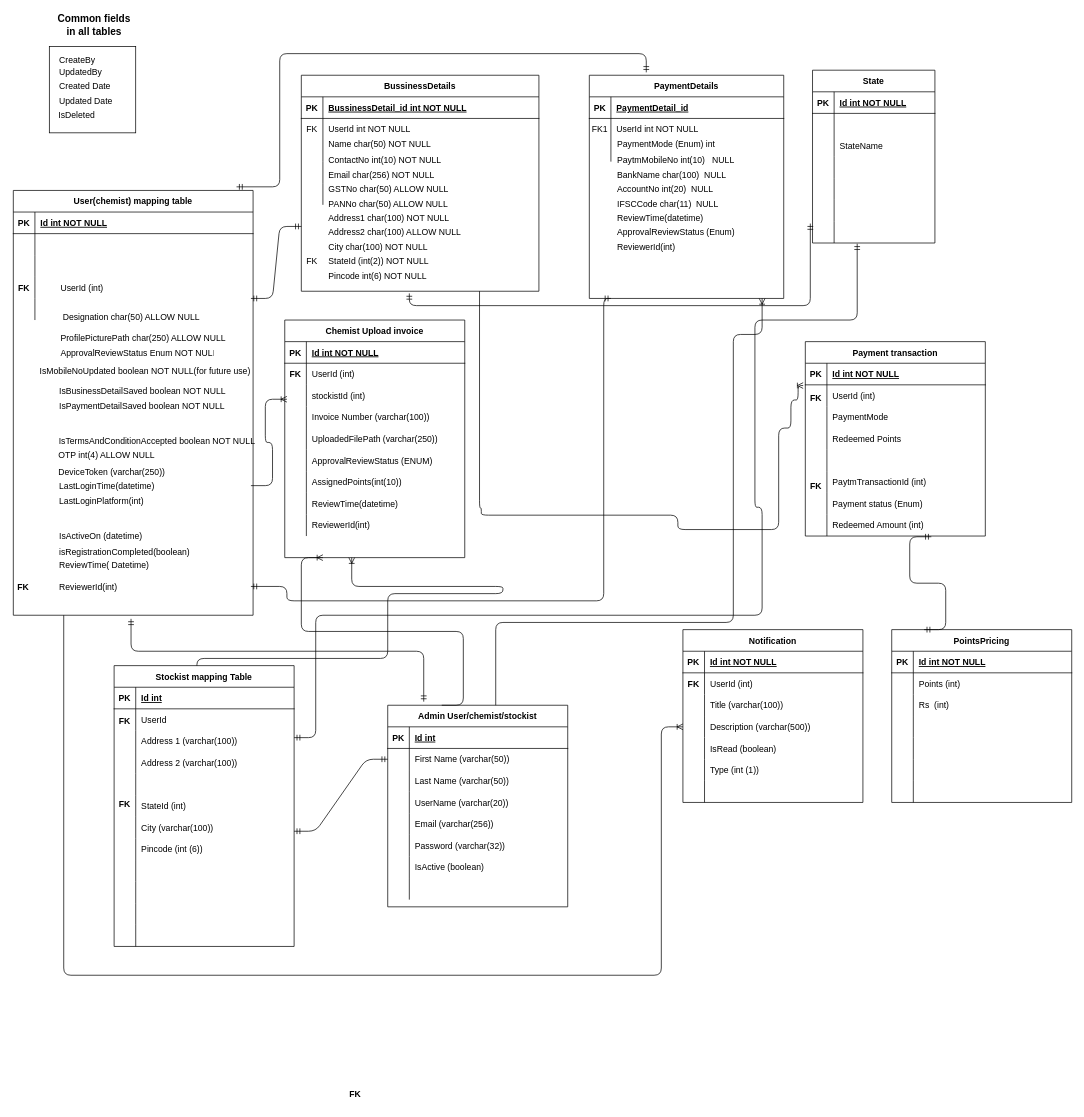
Above: ProfitorERD.drawio in NirikshaSoni/TestProject (draw.io), before the change. Source tidied: cells renumbered, new cells numbered last; positions are measured from the earlier drawing's top-left corner, leaving out a move shared by most shapes. Both pictures are drawn from the tidied source at 72%, with x=0, y=0 at pixel (12, 17).
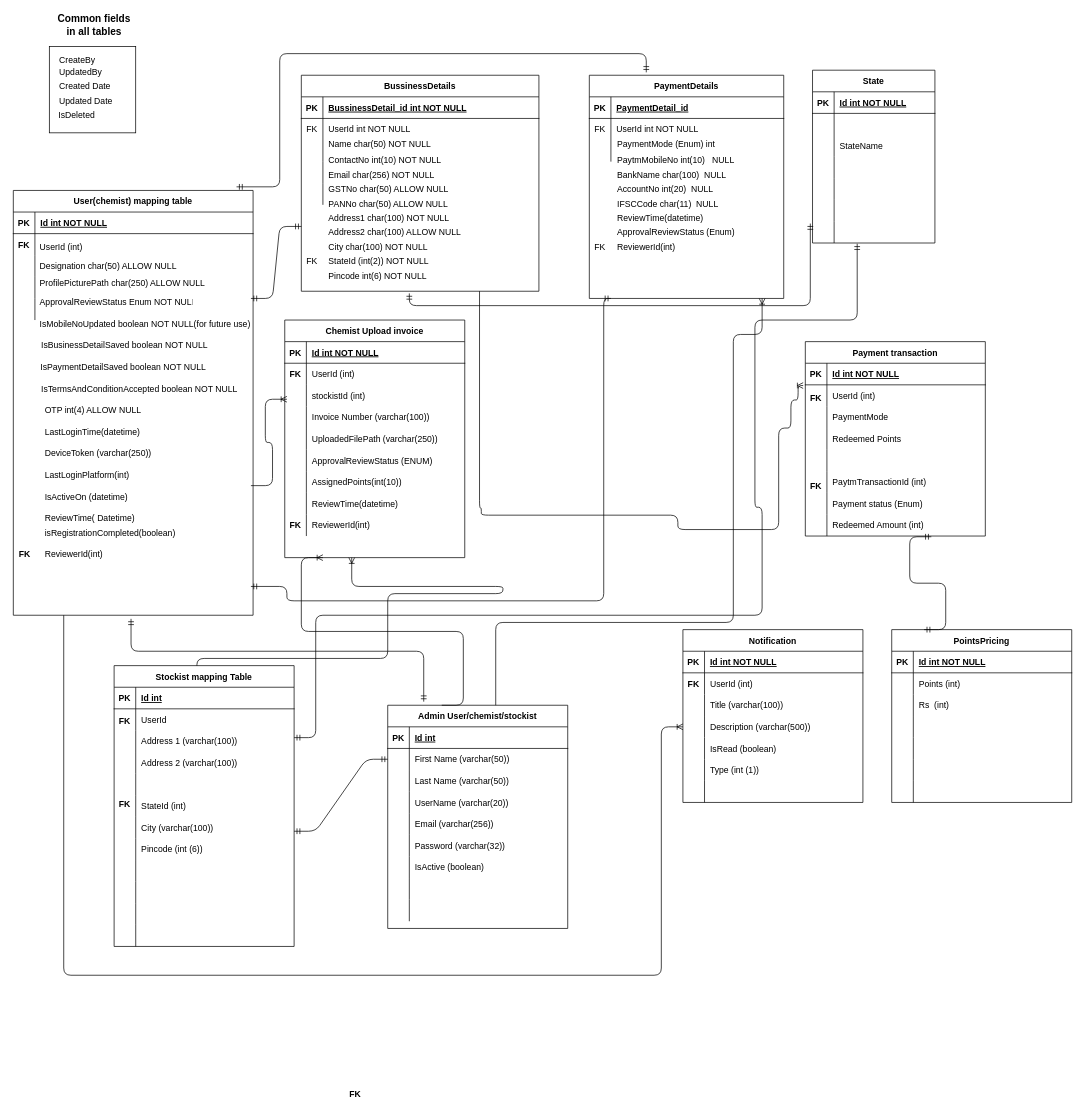
The same page after the edit.

The change refers to these unchanged cells:
```xml
<mxCell id="180" style="shape=partialRectangle;fillColor=none;top=0;left=0;right=0;bottom=0;" parent="176" vertex="1">
  <mxGeometry y="60" width="270" height="30" as="geometry" />
</mxCell>
```

What changed in the source:
```diff
@@
     <mxCell id="3" value="Admin User/chemist/stockist" style="shape=table;startSize=30;childLayout=tableLayout;rowLines=0;fontStyle=1;align=center;" parent="1" vertex="1">
-      <mxGeometry x="521" y="955" width="250" height="280" as="geometry" />
+      <mxGeometry x="521" y="955" width="250" height="310" as="geometry" />
     </mxCell>
@@
+    <mxCell id="290" style="shape=partialRectangle;fillColor=none;top=0;left=0;right=0;bottom=0;" parent="3" vertex="1">
+      <mxGeometry y="240" width="250" height="30" as="geometry" />
+    </mxCell>
+    <mxCell id="291" style="shape=partialRectangle;overflow=hidden;fillColor=none;top=0;left=0;bottom=0;right=0;" parent="290" vertex="1">
+      <mxGeometry width="30" height="30" as="geometry" />
+    </mxCell>
+    <mxCell id="292" style="shape=partialRectangle;overflow=hidden;fillColor=none;top=0;left=0;bottom=0;right=0;align=left;spacingLeft=6;" parent="290" vertex="1">
+      <mxGeometry x="30" width="220" height="30" as="geometry" />
+    </mxCell>
     <mxCell id="25" style="shape=partialRectangle;fillColor=none;top=0;left=0;right=0;bottom=0;" parent="3" vertex="1">
-      <mxGeometry y="240" width="250" height="30" as="geometry" />
+      <mxGeometry y="270" width="250" height="30" as="geometry" />
     </mxCell>
@@
     <mxCell id="142" value="Designation char(50) ALLOW NULL" style="shape=partialRectangle;overflow=hidden;fillColor=none;top=0;left=0;bottom=0;right=0;align=left;spacingLeft=6;" parent="1" vertex="1">
-      <mxGeometry x="62" y="400" width="220" height="30" as="geometry" />
+      <mxGeometry x="30" y="330" width="220" height="30" as="geometry" />
     </mxCell>
     <mxCell id="143" value="IsMobileNoUpdated boolean NOT NULL(for future use)" style="shape=partialRectangle;overflow=hidden;fillColor=none;top=0;left=0;bottom=0;right=0;align=left;spacingLeft=6;" parent="1" vertex="1">
-      <mxGeometry x="30" y="476" width="301" height="30" as="geometry" />
+      <mxGeometry x="30" y="410" width="301" height="30" as="geometry" />
     </mxCell>
     <mxCell id="144" value="IsBusinessDetailSaved boolean NOT NULL" style="shape=partialRectangle;overflow=hidden;fillColor=none;top=0;left=0;bottom=0;right=0;align=left;spacingLeft=6;" parent="1" vertex="1">
-      <mxGeometry x="57" y="503" width="248" height="30" as="geometry" />
+      <mxGeometry x="32" y="440" width="248" height="30" as="geometry" />
     </mxCell>
     <mxCell id="145" value="IsPaymentDetailSaved boolean NOT NULL" style="shape=partialRectangle;overflow=hidden;fillColor=none;top=0;left=0;bottom=0;right=0;align=left;spacingLeft=6;" parent="1" vertex="1">
-      <mxGeometry x="57" y="524" width="248" height="30" as="geometry" />
+      <mxGeometry x="31" y="470" width="248" height="30" as="geometry" />
     </mxCell>
     <mxCell id="146" value="IsTermsAndConditionAccepted boolean NOT NULL" style="shape=partialRectangle;overflow=hidden;fillColor=none;top=0;left=0;bottom=0;right=0;align=left;spacingLeft=6;" parent="1" vertex="1">
-      <mxGeometry x="56.5" y="572" width="287" height="30" as="geometry" />
+      <mxGeometry x="32" y="500" width="287" height="30" as="geometry" />
     </mxCell>
     <mxCell id="147" value="ProfilePicturePath char(250) ALLOW NULL" style="shape=partialRectangle;overflow=hidden;fillColor=none;top=0;left=0;bottom=0;right=0;align=left;spacingLeft=6;" parent="1" vertex="1">
-      <mxGeometry x="59" y="430" width="248" height="30" as="geometry" />
+      <mxGeometry x="30" y="353" width="248" height="30" as="geometry" />
     </mxCell>
     <mxCell id="148" value="OTP int(4) ALLOW NULL" style="shape=partialRectangle;overflow=hidden;fillColor=none;top=0;left=0;bottom=0;right=0;align=left;spacingLeft=6;" parent="1" vertex="1">
-      <mxGeometry x="56" y="592" width="287" height="30" as="geometry" />
+      <mxGeometry x="37" y="530" width="287" height="30" as="geometry" />
     </mxCell>
     <mxCell id="149" value="ApprovalReviewStatus Enum NOT NULL" style="shape=partialRectangle;overflow=hidden;fillColor=none;top=0;left=0;bottom=0;right=0;align=left;spacingLeft=6;" parent="1" vertex="1">
-      <mxGeometry x="59" y="450" width="220" height="30" as="geometry" />
+      <mxGeometry x="30" y="380" width="220" height="30" as="geometry" />
     </mxCell>
@@
-    <mxCell id="181" value="FK1" style="shape=partialRectangle;overflow=hidden;fillColor=none;top=0;left=0;bottom=0;right=0;" parent="180" vertex="1">
+    <mxCell id="181" value="FK" style="shape=partialRectangle;overflow=hidden;fillColor=none;top=0;left=0;bottom=0;right=0;" parent="180" vertex="1">
       <mxGeometry width="30" height="30" as="geometry" />
     </mxCell>
@@
     <mxCell id="205" value="DeviceToken (varchar(250))" style="shape=partialRectangle;overflow=hidden;fillColor=none;top=0;left=0;bottom=0;right=0;align=left;spacingLeft=6;" parent="1" vertex="1">
-      <mxGeometry x="56" y="616" width="287" height="30" as="geometry" />
+      <mxGeometry x="37" y="590" width="287" height="30" as="geometry" />
     </mxCell>
     <mxCell id="206" value="LastLoginTime(datetime)" style="shape=partialRectangle;overflow=hidden;fillColor=none;top=0;left=0;bottom=0;right=0;align=left;spacingLeft=6;" parent="1" vertex="1">
-      <mxGeometry x="57" y="635" width="287" height="30" as="geometry" />
+      <mxGeometry x="37" y="560" width="287" height="30" as="geometry" />
     </mxCell>
     <mxCell id="207" value="LastLoginPlatform(int) " style="shape=partialRectangle;overflow=hidden;fillColor=none;top=0;left=0;bottom=0;right=0;align=left;spacingLeft=6;" parent="1" vertex="1">
-      <mxGeometry x="57" y="656" width="287" height="30" as="geometry" />
+      <mxGeometry x="37" y="620" width="287" height="30" as="geometry" />
     </mxCell>
     <mxCell id="208" value="IsActiveOn (datetime)" style="shape=partialRectangle;overflow=hidden;fillColor=none;top=0;left=0;bottom=0;right=0;align=left;spacingLeft=6;" parent="1" vertex="1">
-      <mxGeometry x="57" y="705" width="287" height="30" as="geometry" />
+      <mxGeometry x="37" y="650" width="287" height="30" as="geometry" />
     </mxCell>
     <mxCell id="209" value="isRegistrationCompleted(boolean)" style="shape=partialRectangle;overflow=hidden;fillColor=none;top=0;left=0;bottom=0;right=0;align=left;spacingLeft=6;" parent="1" vertex="1">
-      <mxGeometry x="57" y="727" width="287" height="30" as="geometry" />
+      <mxGeometry x="37" y="700" width="287" height="30" as="geometry" />
     </mxCell>
     <mxCell id="210" value="ReviewTime( Datetime)" style="shape=partialRectangle;overflow=hidden;fillColor=none;top=0;left=0;bottom=0;right=0;align=left;spacingLeft=6;" parent="1" vertex="1">
-      <mxGeometry x="57" y="745" width="287" height="30" as="geometry" />
+      <mxGeometry x="37" y="680" width="287" height="30" as="geometry" />
     </mxCell>
@@
     <mxCell id="218" value="ReviewerId(int)" style="shape=partialRectangle;overflow=hidden;fillColor=none;top=0;left=0;bottom=0;right=0;align=left;spacingLeft=6;" parent="1" vertex="1">
-      <mxGeometry x="57" y="775" width="287" height="30" as="geometry" />
+      <mxGeometry x="37" y="730" width="287" height="30" as="geometry" />
     </mxCell>
@@
     <mxCell id="284" value="FK" style="shape=partialRectangle;overflow=hidden;fillColor=none;top=0;left=0;bottom=0;right=0;fontStyle=1;" parent="1" vertex="1">
-      <mxGeometry y="775" width="30" height="30" as="geometry" />
+      <mxGeometry x="2" y="730" width="30" height="30" as="geometry" />
     </mxCell>
@@
     <mxCell id="286" value="UserId (int)" style="shape=partialRectangle;overflow=hidden;fillColor=none;top=0;left=0;bottom=0;right=0;align=left;spacingLeft=6;" parent="1" vertex="1">
-      <mxGeometry x="59" y="360" width="220" height="30" as="geometry" />
+      <mxGeometry x="30" y="303" width="220" height="30" as="geometry" />
     </mxCell>
     <mxCell id="287" value="FK" style="shape=partialRectangle;overflow=hidden;fillColor=none;top=0;left=0;bottom=0;right=0;fontStyle=1;" parent="1" vertex="1">
-      <mxGeometry x="1" y="360" width="30" height="30" as="geometry" />
+      <mxGeometry x="1" y="300" width="30" height="30" as="geometry" />
     </mxCell>
@@
+    <mxCell id="293" value="FK" style="shape=partialRectangle;overflow=hidden;fillColor=none;top=0;left=0;bottom=0;right=0;fontStyle=1;" parent="1" vertex="1">
+      <mxGeometry x="378" y="690" width="30" height="30" as="geometry" />
+    </mxCell>
+    <mxCell id="294" value="FK" style="shape=partialRectangle;overflow=hidden;fillColor=none;top=0;left=0;bottom=0;right=0;" parent="1" vertex="1">
+      <mxGeometry x="801" y="303" width="30" height="30" as="geometry" />
+    </mxCell>
```
